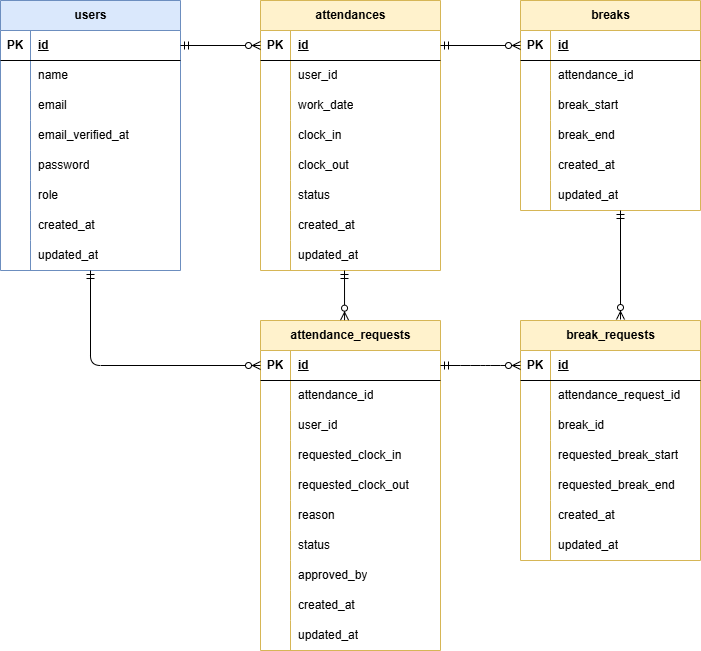
Above: attendance_management_app.drawio.png in yun-0312/attendance-management-app (draw.io), before the change. Source tidied: cells renumbered, new cells last; positions are measured from the earlier drawing's top-left corner, leaving out a move shared by most shapes.
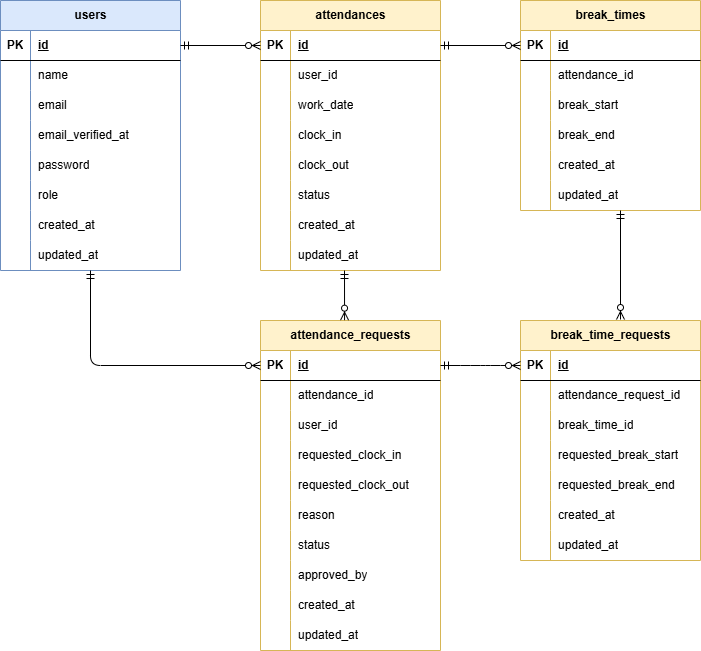
Later version of the same file.

What changed in the source:
```diff
@@ -245,7 +245,7 @@
     <mxCell id="82" value="&lt;span style=&quot;color: rgb(0, 0, 0);&quot;&gt;updated_at&lt;/span&gt;" style="shape=partialRectangle;fillColor=none;top=0;left=0;bottom=0;right=0;align=left;spacingLeft=6;overflow=hidden;whiteSpace=wrap;html=1;" parent="80" vertex="1">
       <mxGeometry x="30" width="150" height="30" as="geometry" />
     </mxCell>
-    <mxCell id="83" value="breaks" style="shape=table;startSize=30;rowLines=0;fontStyle=1;align=center;html=1;fillColor=#fff2cc;strokeColor=#d6b656;" parent="1" vertex="1">
+    <mxCell id="83" value="break_times" style="shape=table;startSize=30;rowLines=0;fontStyle=1;align=center;html=1;fillColor=#fff2cc;strokeColor=#d6b656;" parent="1" vertex="1">
       <mxGeometry x="520" width="180" height="210" as="geometry" />
     </mxCell>
     <mxCell id="84" style="shape=tableRow;horizontal=0;startSize=0;swimlaneHead=0;swimlaneBody=0;fillColor=none;points=[[0,0.5],[1,0.5]];portConstraint=eastwest;top=0;left=0;right=0;bottom=1;" parent="83" vertex="1">
@@ -302,7 +302,7 @@
     <mxCell id="101" value="updated_at" style="shape=partialRectangle;fillColor=none;top=0;left=0;bottom=0;right=0;align=left;spacingLeft=6;overflow=hidden;whiteSpace=wrap;html=1;" parent="99" vertex="1">
       <mxGeometry x="30" width="150" height="30" as="geometry" />
     </mxCell>
-    <mxCell id="102" value="break_requests" style="shape=table;startSize=30;rowLines=0;fontStyle=1;align=center;html=1;fillColor=#fff2cc;strokeColor=#d6b656;" parent="1" vertex="1">
+    <mxCell id="102" value="break_time_requests" style="shape=table;startSize=30;rowLines=0;fontStyle=1;align=center;html=1;fillColor=#fff2cc;strokeColor=#d6b656;" parent="1" vertex="1">
       <mxGeometry x="520" y="320" width="180" height="240" as="geometry" />
     </mxCell>
     <mxCell id="103" style="shape=tableRow;horizontal=0;startSize=0;swimlaneHead=0;swimlaneBody=0;fillColor=none;points=[[0,0.5],[1,0.5]];portConstraint=eastwest;top=0;left=0;right=0;bottom=1;" parent="102" vertex="1">
@@ -329,7 +329,7 @@
     <mxCell id="110" style="shape=partialRectangle;fillColor=none;top=0;left=0;bottom=0;right=0;overflow=hidden;whiteSpace=wrap;html=1;" parent="109" vertex="1">
       <mxGeometry width="30" height="30" as="geometry" />
     </mxCell>
-    <mxCell id="111" value="break_id" style="shape=partialRectangle;fillColor=none;top=0;left=0;bottom=0;right=0;align=left;spacingLeft=6;overflow=hidden;whiteSpace=wrap;html=1;" parent="109" vertex="1">
+    <mxCell id="111" value="break_time_id" style="shape=partialRectangle;fillColor=none;top=0;left=0;bottom=0;right=0;align=left;spacingLeft=6;overflow=hidden;whiteSpace=wrap;html=1;" parent="109" vertex="1">
       <mxGeometry x="30" width="150" height="30" as="geometry" />
     </mxCell>
     <mxCell id="112" style="shape=tableRow;horizontal=0;startSize=0;swimlaneHead=0;swimlaneBody=0;fillColor=none;top=0;left=0;right=0;bottom=0;" parent="102" vertex="1">
```
